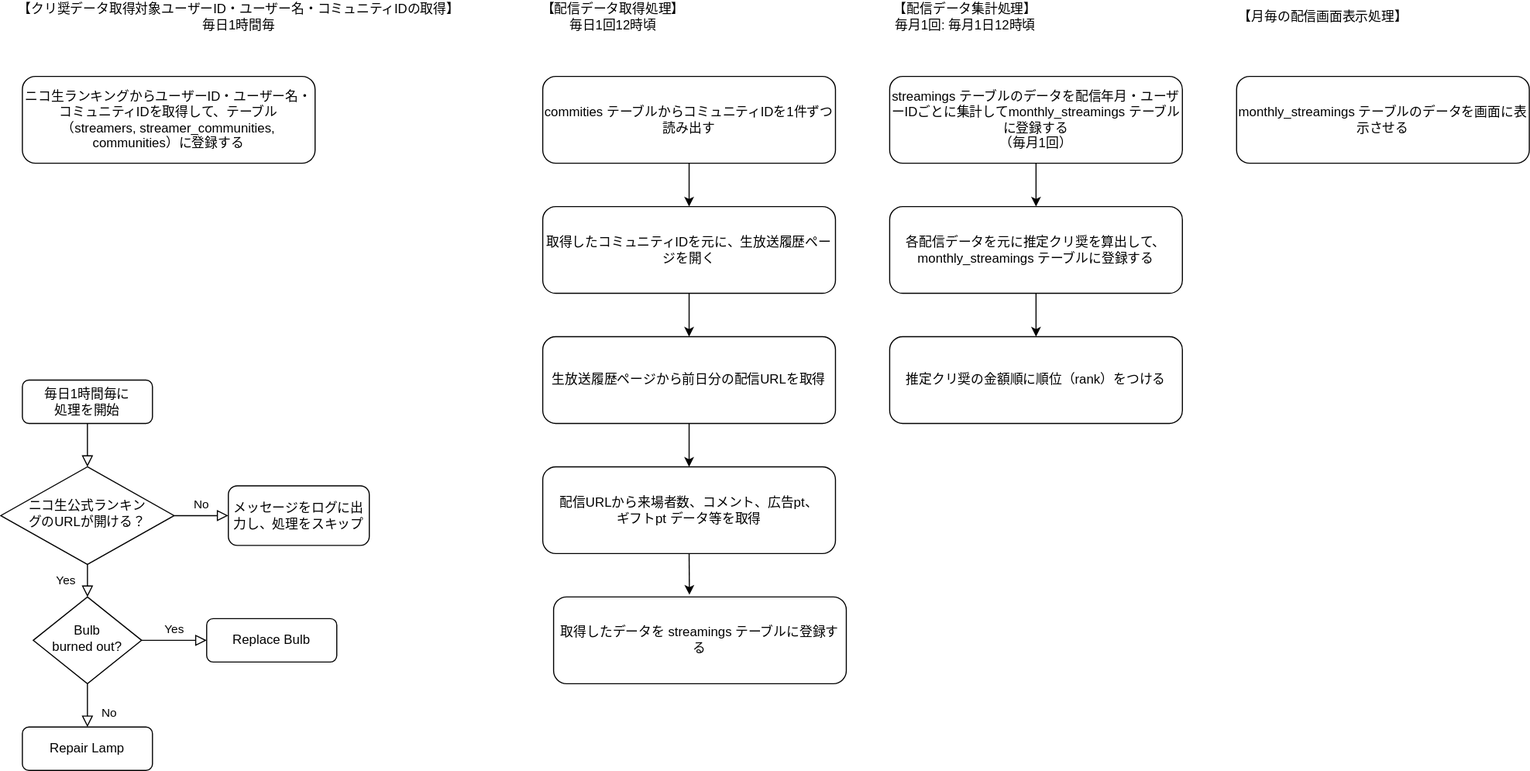
Above: 処理フローチャート.drawio.svg in MASA20201203/NicodbLaravel (draw.io), before the change. Source tidied: cells renumbered, new cells last; positions are measured from the earlier drawing's top-left corner, leaving out a move shared by most shapes.
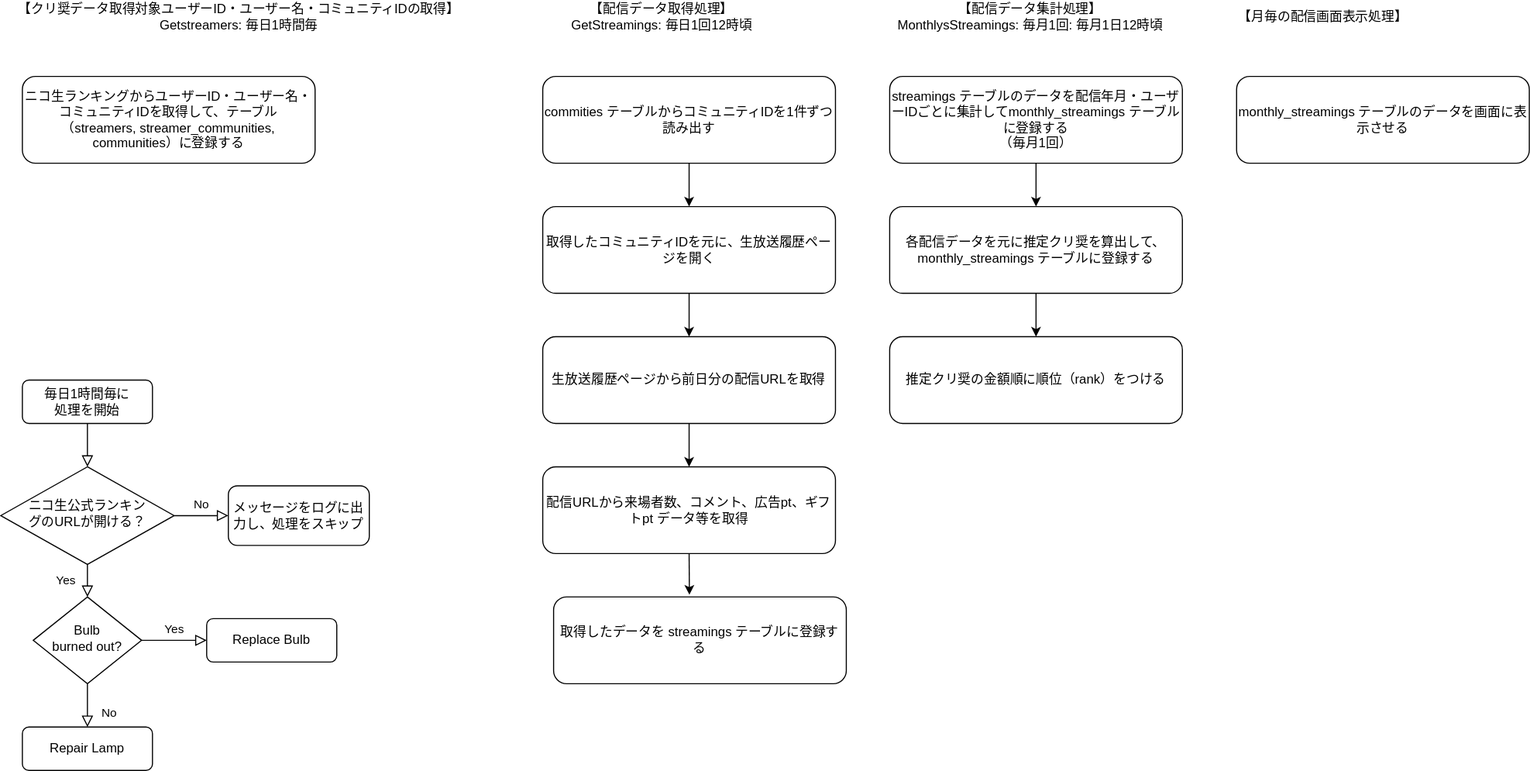
The same diagram one commit later.

Commit message:
処理のクラス名を追加

The edit, as a diff of the source:
```diff
@@ -35,11 +35,11 @@
     <mxCell id="12" value="Replace Bulb" style="rounded=1;whiteSpace=wrap;html=1;fontSize=12;glass=0;strokeWidth=1;shadow=0;" parent="1" vertex="1">
       <mxGeometry x="190" y="570" width="120" height="40" as="geometry" />
     </mxCell>
-    <mxCell id="13" value="【クリ奨データ取得対象ユーザーID・ユーザー名・コミュニティIDの取得】毎日1時間毎" style="text;html=1;strokeColor=none;fillColor=none;align=center;verticalAlign=middle;whiteSpace=wrap;rounded=0;" parent="1" vertex="1">
+    <mxCell id="13" value="【クリ奨データ取得対象ユーザーID・ユーザー名・コミュニティIDの取得】Getstreamers: 毎日1時間毎" style="text;html=1;strokeColor=none;fillColor=none;align=center;verticalAlign=middle;whiteSpace=wrap;rounded=0;" parent="1" vertex="1">
       <mxGeometry x="10" width="420" height="30" as="geometry" />
     </mxCell>
-    <mxCell id="14" value="【配信データ取得処理】&lt;br&gt;毎日1回12時頃" style="text;html=1;strokeColor=none;fillColor=none;align=center;verticalAlign=middle;whiteSpace=wrap;rounded=0;" parent="1" vertex="1">
-      <mxGeometry x="490" width="150" height="30" as="geometry" />
+    <mxCell id="14" value="【配信データ取得処理】&lt;br&gt;GetStreamings:&amp;nbsp;毎日1回12時頃" style="text;html=1;strokeColor=none;fillColor=none;align=center;verticalAlign=middle;whiteSpace=wrap;rounded=0;" parent="1" vertex="1">
+      <mxGeometry x="490" width="240" height="30" as="geometry" />
     </mxCell>
     <mxCell id="15" value="ニコ生ランキングからユーザーID・ユーザー名・コミュニティIDを取得して、テーブル（streamers, streamer_communities, communities）に登録する" style="rounded=1;whiteSpace=wrap;html=1;fontSize=12;glass=0;strokeWidth=1;shadow=0;" parent="1" vertex="1">
       <mxGeometry x="20" y="70" width="270" height="80" as="geometry" />
@@ -62,7 +62,7 @@
     <mxCell id="21" value="生放送履歴ページから前日分の配信URLを取得" style="rounded=1;whiteSpace=wrap;html=1;fontSize=12;glass=0;strokeWidth=1;shadow=0;" parent="1" vertex="1">
       <mxGeometry x="500" y="310" width="270" height="80" as="geometry" />
     </mxCell>
-    <mxCell id="22" value="配信URLから来場者数、コメント、広告pt、&lt;br&gt;ギフトpt データ等を取得" style="rounded=1;whiteSpace=wrap;html=1;fontSize=12;glass=0;strokeWidth=1;shadow=0;" parent="1" vertex="1">
+    <mxCell id="22" value="配信URLから来場者数、コメント、広告pt、ギフトpt データ等を取得" style="rounded=1;whiteSpace=wrap;html=1;fontSize=12;glass=0;strokeWidth=1;shadow=0;" parent="1" vertex="1">
       <mxGeometry x="500" y="430" width="270" height="80" as="geometry" />
     </mxCell>
     <mxCell id="23" value="取得したデータを streamings テーブルに登録する" style="rounded=1;whiteSpace=wrap;html=1;fontSize=12;glass=0;strokeWidth=1;shadow=0;" parent="1" vertex="1">
@@ -71,8 +71,8 @@
     <mxCell id="24" style="edgeStyle=orthogonalEdgeStyle;rounded=0;jettySize=auto;html=1;exitX=0.5;exitY=1;exitDx=0;exitDy=0;entryX=0.464;entryY=-0.025;entryDx=0;entryDy=0;entryPerimeter=0;" parent="1" edge="1" source="22" target="23">
       <mxGeometry relative="1" as="geometry" />
     </mxCell>
-    <mxCell id="25" value="【配信データ集計処理】&lt;br&gt;毎月1回: 毎月1日12時頃" style="text;html=1;strokeColor=none;fillColor=none;align=center;verticalAlign=middle;whiteSpace=wrap;rounded=0;" parent="1" vertex="1">
-      <mxGeometry x="820" width="140" height="30" as="geometry" />
+    <mxCell id="25" value="【配信データ集計処理】&lt;br&gt;MonthlysStreamings: 毎月1回: 毎月1日12時頃" style="text;html=1;strokeColor=none;fillColor=none;align=center;verticalAlign=middle;whiteSpace=wrap;rounded=0;" parent="1" vertex="1">
+      <mxGeometry x="820" width="260" height="30" as="geometry" />
     </mxCell>
     <mxCell id="26" style="edgeStyle=orthogonalEdgeStyle;rounded=0;jettySize=auto;html=1;entryX=0.5;entryY=0;entryDx=0;entryDy=0;" parent="1" edge="1" source="27" target="30">
       <mxGeometry relative="1" as="geometry" />
```
